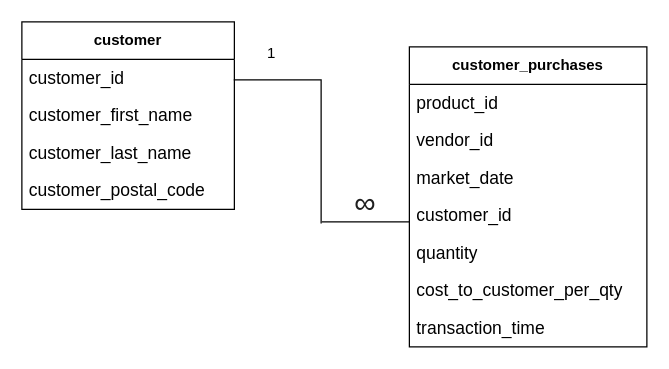
The draw.io diagram 02_activities/assignments/Logical_data_model.drawio in miyohtnk/sql, before the edit. Source tidied: cells renumbered, new cells numbered last; positions are measured from the earlier drawing's top-left corner, leaving out a move shared by most shapes. Both pictures are drawn from the tidied source at 125%, with x=0, y=0 at pixel (21, 21).
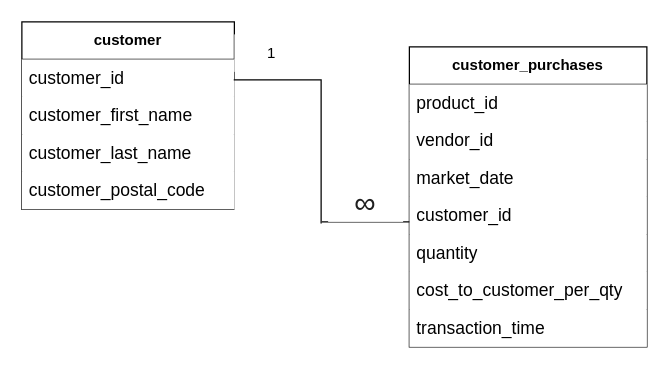
Above is the later version.

The edit, as a diff of the source:
```diff
@@
 <mxGraphModel>
   <root>
     <mxCell id="0" />
     <mxCell id="1" parent="0" />
     <mxCell id="2" value="&lt;b&gt;customer&lt;/b&gt;" style="swimlane;fontStyle=0;horizontal=1;startSize=30;whiteSpace=wrap;html=1;" parent="1" vertex="1">
       <mxGeometry width="170" height="150" as="geometry" />
     </mxCell>
-    <mxCell id="3" value="&lt;font style=&quot;font-size: 14px;&quot;&gt;customer_id&lt;/font&gt;" style="text;strokeColor=none;fillColor=none;align=left;verticalAlign=middle;spacingLeft=4;spacingRight=4;overflow=hidden;whiteSpace=wrap;html=1;" parent="2" vertex="1">
+    <mxCell id="3" value="&lt;font style=&quot;font-size: 14px;&quot;&gt;customer_id&lt;/font&gt;" style="text;strokeColor=none;fillColor=default;align=left;verticalAlign=middle;spacingLeft=4;spacingRight=4;overflow=hidden;whiteSpace=wrap;html=1;" parent="2" vertex="1">
       <mxGeometry y="30" width="170" height="30" as="geometry" />
     </mxCell>
-    <mxCell id="4" value="&lt;font style=&quot;font-size: 14px;&quot;&gt;customer_first_name&lt;/font&gt;" style="text;strokeColor=none;fillColor=none;align=left;verticalAlign=middle;spacingLeft=4;spacingRight=4;overflow=hidden;whiteSpace=wrap;html=1;" parent="2" vertex="1">
+    <mxCell id="4" value="&lt;font style=&quot;font-size: 14px;&quot;&gt;customer_first_name&lt;/font&gt;" style="text;strokeColor=none;fillColor=default;align=left;verticalAlign=middle;spacingLeft=4;spacingRight=4;overflow=hidden;whiteSpace=wrap;html=1;" parent="2" vertex="1">
       <mxGeometry y="60" width="170" height="30" as="geometry" />
     </mxCell>
-    <mxCell id="5" value="&lt;font style=&quot;font-size: 14px;&quot;&gt;customer_last_name&lt;/font&gt;" style="text;strokeColor=none;fillColor=none;align=left;verticalAlign=middle;spacingLeft=4;spacingRight=4;overflow=hidden;whiteSpace=wrap;html=1;" parent="2" vertex="1">
+    <mxCell id="5" value="&lt;font style=&quot;font-size: 14px;&quot;&gt;customer_last_name&lt;/font&gt;" style="text;strokeColor=none;fillColor=default;align=left;verticalAlign=middle;spacingLeft=4;spacingRight=4;overflow=hidden;whiteSpace=wrap;html=1;" parent="2" vertex="1">
       <mxGeometry y="90" width="170" height="30" as="geometry" />
     </mxCell>
-    <mxCell id="6" value="&lt;font style=&quot;font-size: 14px;&quot;&gt;customer_postal_code&lt;/font&gt;" style="text;strokeColor=none;fillColor=none;align=left;verticalAlign=middle;spacingLeft=4;spacingRight=4;overflow=hidden;whiteSpace=wrap;html=1;" parent="2" vertex="1">
+    <mxCell id="6" value="&lt;font style=&quot;font-size: 14px;&quot;&gt;customer_postal_code&lt;/font&gt;" style="text;strokeColor=none;fillColor=default;align=left;verticalAlign=middle;spacingLeft=4;spacingRight=4;overflow=hidden;whiteSpace=wrap;html=1;" parent="2" vertex="1">
       <mxGeometry y="120" width="170" height="30" as="geometry" />
     </mxCell>
     <mxCell id="7" value="&lt;b&gt;customer_purchases&lt;/b&gt;" style="swimlane;fontStyle=0;horizontal=1;startSize=30;whiteSpace=wrap;html=1;" parent="1" vertex="1">
       <mxGeometry x="310" y="20" width="190" height="240" as="geometry" />
     </mxCell>
-    <mxCell id="8" value="&lt;font style=&quot;font-size: 14px;&quot;&gt;product_id&lt;/font&gt;" style="text;strokeColor=none;fillColor=none;align=left;verticalAlign=middle;spacingLeft=4;spacingRight=4;overflow=hidden;whiteSpace=wrap;html=1;" parent="7" vertex="1">
+    <mxCell id="8" value="&lt;font style=&quot;font-size: 14px;&quot;&gt;product_id&lt;/font&gt;" style="text;strokeColor=none;fillColor=default;align=left;verticalAlign=middle;spacingLeft=4;spacingRight=4;overflow=hidden;whiteSpace=wrap;html=1;" parent="7" vertex="1">
       <mxGeometry y="30" width="190" height="30" as="geometry" />
     </mxCell>
-    <mxCell id="9" value="&lt;font style=&quot;font-size: 14px;&quot;&gt;vendor_id&lt;/font&gt;" style="text;strokeColor=none;fillColor=none;align=left;verticalAlign=middle;spacingLeft=4;spacingRight=4;overflow=hidden;whiteSpace=wrap;html=1;" parent="7" vertex="1">
+    <mxCell id="9" value="&lt;font style=&quot;font-size: 14px;&quot;&gt;vendor_id&lt;/font&gt;" style="text;strokeColor=none;fillColor=default;align=left;verticalAlign=middle;spacingLeft=4;spacingRight=4;overflow=hidden;whiteSpace=wrap;html=1;" parent="7" vertex="1">
       <mxGeometry y="60" width="190" height="30" as="geometry" />
     </mxCell>
-    <mxCell id="10" value="&lt;font style=&quot;font-size: 14px;&quot;&gt;market_date&lt;/font&gt;" style="text;strokeColor=none;fillColor=none;align=left;verticalAlign=middle;spacingLeft=4;spacingRight=4;overflow=hidden;whiteSpace=wrap;html=1;" parent="7" vertex="1">
+    <mxCell id="10" value="&lt;font style=&quot;font-size: 14px;&quot;&gt;market_date&lt;/font&gt;" style="text;strokeColor=none;fillColor=default;align=left;verticalAlign=middle;spacingLeft=4;spacingRight=4;overflow=hidden;whiteSpace=wrap;html=1;" parent="7" vertex="1">
       <mxGeometry y="90" width="190" height="30" as="geometry" />
     </mxCell>
-    <mxCell id="11" value="&lt;font style=&quot;font-size: 14px;&quot;&gt;customer_id&lt;/font&gt;" style="text;strokeColor=none;fillColor=none;align=left;verticalAlign=middle;spacingLeft=4;spacingRight=4;overflow=hidden;whiteSpace=wrap;html=1;" parent="7" vertex="1">
+    <mxCell id="11" value="&lt;font style=&quot;font-size: 14px;&quot;&gt;customer_id&lt;/font&gt;" style="text;strokeColor=none;fillColor=default;align=left;verticalAlign=middle;spacingLeft=4;spacingRight=4;overflow=hidden;whiteSpace=wrap;html=1;" parent="7" vertex="1">
       <mxGeometry y="120" width="190" height="30" as="geometry" />
     </mxCell>
-    <mxCell id="12" value="&lt;font style=&quot;font-size: 14px;&quot;&gt;quantity&lt;/font&gt;" style="text;strokeColor=none;fillColor=none;align=left;verticalAlign=middle;spacingLeft=4;spacingRight=4;overflow=hidden;whiteSpace=wrap;html=1;" parent="7" vertex="1">
+    <mxCell id="12" value="&lt;font style=&quot;font-size: 14px;&quot;&gt;quantity&lt;/font&gt;" style="text;strokeColor=none;fillColor=default;align=left;verticalAlign=middle;spacingLeft=4;spacingRight=4;overflow=hidden;whiteSpace=wrap;html=1;" parent="7" vertex="1">
       <mxGeometry y="150" width="190" height="30" as="geometry" />
     </mxCell>
-    <mxCell id="13" value="&lt;font style=&quot;font-size: 14px;&quot;&gt;cost_to_customer_per_qty&lt;/font&gt;" style="text;strokeColor=none;fillColor=none;align=left;verticalAlign=middle;spacingLeft=4;spacingRight=4;overflow=hidden;whiteSpace=wrap;html=1;" parent="7" vertex="1">
+    <mxCell id="13" value="&lt;font style=&quot;font-size: 14px;&quot;&gt;cost_to_customer_per_qty&lt;/font&gt;" style="text;strokeColor=none;fillColor=default;align=left;verticalAlign=middle;spacingLeft=4;spacingRight=4;overflow=hidden;whiteSpace=wrap;html=1;" parent="7" vertex="1">
       <mxGeometry y="180" width="190" height="30" as="geometry" />
     </mxCell>
-    <mxCell id="14" value="&lt;font style=&quot;font-size: 14px;&quot;&gt;transaction_time&lt;/font&gt;" style="text;strokeColor=none;fillColor=none;align=left;verticalAlign=middle;spacingLeft=4;spacingRight=4;overflow=hidden;whiteSpace=wrap;html=1;" parent="7" vertex="1">
+    <mxCell id="14" value="&lt;font style=&quot;font-size: 14px;&quot;&gt;transaction_time&lt;/font&gt;" style="text;strokeColor=none;fillColor=default;align=left;verticalAlign=middle;spacingLeft=4;spacingRight=4;overflow=hidden;whiteSpace=wrap;html=1;" parent="7" vertex="1">
       <mxGeometry y="210" width="190" height="30" as="geometry" />
     </mxCell>
-    <mxCell id="15" style="shape=partialRectangle;whiteSpace=wrap;html=1;top=0;left=0;fillColor=none;rotation=-90;" parent="1" vertex="1">
+    <mxCell id="15" style="shape=partialRectangle;whiteSpace=wrap;html=1;top=0;left=0;fillColor=default;rotation=-90;" parent="1" vertex="1">
       <mxGeometry x="147.5" y="68.8" width="114.4" height="69.4" as="geometry" />
     </mxCell>
     <mxCell id="16" style="endArrow=none;html=1;rounded=0;jumpSize=4;" parent="1" edge="1">
       <mxGeometry relative="1" as="geometry">
         <mxPoint x="240" y="160" as="sourcePoint" />
         <mxPoint x="310" y="160" as="targetPoint" />
       </mxGeometry>
     </mxCell>
-    <mxCell id="17" value="1" style="text;html=1;align=center;verticalAlign=middle;whiteSpace=wrap;rounded=0;" parent="1" vertex="1">
+    <mxCell id="17" value="1" style="text;html=1;align=center;verticalAlign=middle;whiteSpace=wrap;rounded=0;fillColor=default;" parent="1" vertex="1">
       <mxGeometry x="170" y="10" width="60" height="30" as="geometry" />
     </mxCell>
-    <mxCell id="18" value="&lt;span style=&quot;color: rgb(31, 31, 31); font-family: &amp;quot;Google Sans&amp;quot;, Arial, sans-serif; text-align: left; background-color: rgb(255, 255, 255);&quot;&gt;&lt;font style=&quot;font-size: 24px;&quot;&gt;∞&lt;/font&gt;&lt;/span&gt;" style="text;html=1;align=center;verticalAlign=middle;whiteSpace=wrap;rounded=0;" parent="1" vertex="1">
+    <mxCell id="18" value="&lt;span style=&quot;color: rgb(31, 31, 31); font-family: &amp;quot;Google Sans&amp;quot;, Arial, sans-serif; text-align: left; background-color: rgb(255, 255, 255);&quot;&gt;&lt;font style=&quot;font-size: 24px;&quot;&gt;∞&lt;/font&gt;&lt;/span&gt;" style="text;html=1;align=center;verticalAlign=middle;whiteSpace=wrap;rounded=0;fillColor=default;" parent="1" vertex="1">
       <mxGeometry x="245" y="130" width="60" height="30" as="geometry" />
     </mxCell>
   </root>
 </mxGraphModel>
```
